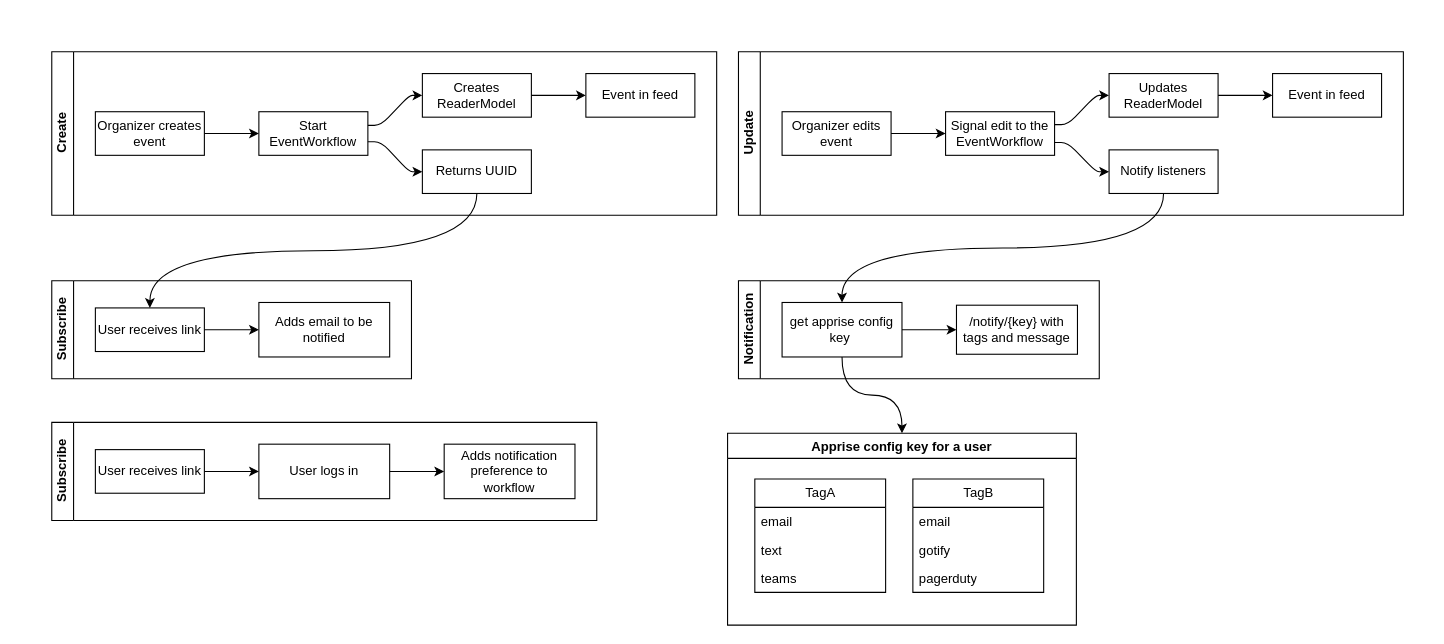
Earlier version of the draw.io diagram page "Page-1" (1 of 4) of docs/ideas.drawio (pypeaday/soonish). Source tidied: cells renumbered, new cells numbered last; positions are measured from the earlier drawing's top-left corner, leaving out a move shared by most shapes. Both pictures are drawn from the tidied source at 109%, with x=0, y=0 at pixel (51, 51).
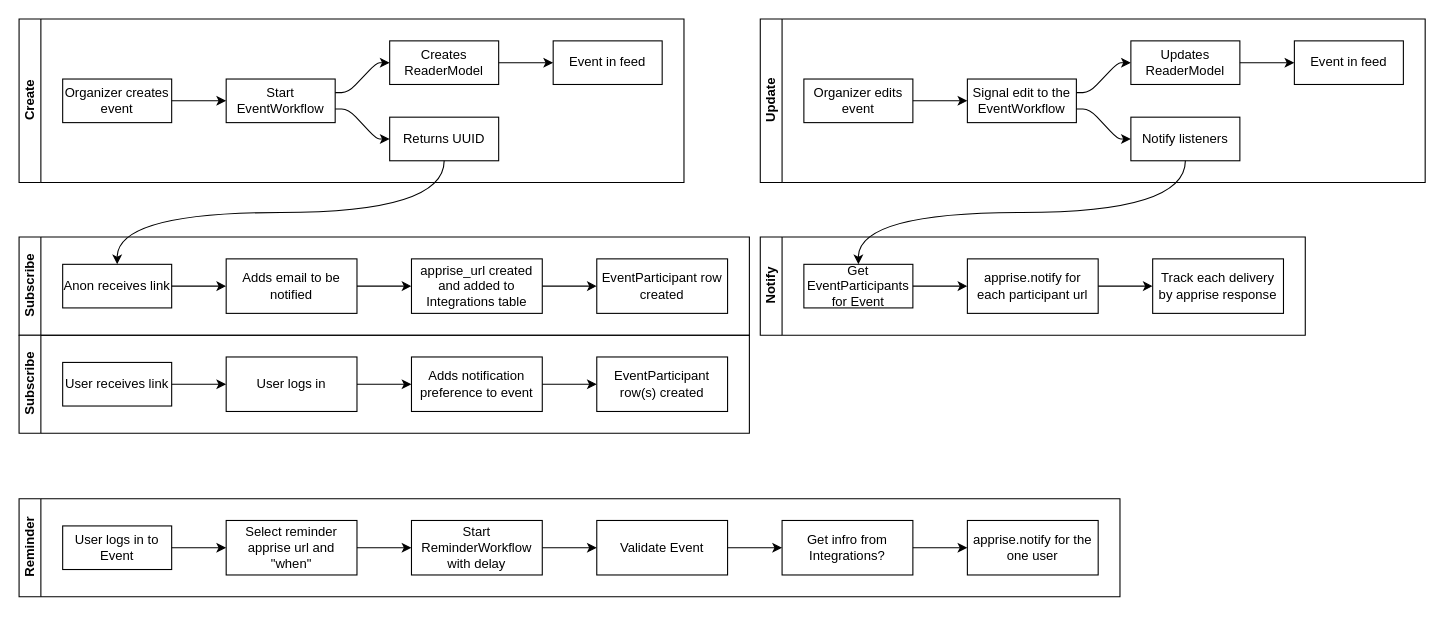
The same page after the edit.

Unchanged cells that the change refers to:
```xml
<mxCell id="14" value="Signal edit to the EventWorkflow" style="whiteSpace=wrap;html=1;" parent="12" vertex="1">
  <mxGeometry x="190" y="55" width="100" height="40" as="geometry" />
</mxCell>
<mxCell id="17" value="Updates ReaderModel" style="whiteSpace=wrap;html=1;" parent="12" vertex="1">
  <mxGeometry x="340" y="20" width="100" height="40" as="geometry" />
</mxCell>
<mxCell id="21" value="Notify listeners" style="whiteSpace=wrap;html=1;" parent="12" vertex="1">
  <mxGeometry x="340" y="90" width="100" height="40" as="geometry" />
</mxCell>
<mxCell id="24" value="Adds email to be notified" style="whiteSpace=wrap;html=1;" parent="22" vertex="1">
  <mxGeometry x="190" y="20" width="120" height="50" as="geometry" />
</mxCell>
```

Change to the diagram source:
```diff
@@
     <mxCell id="2" value="Create" style="swimlane;html=1;startSize=20;horizontal=0;flowOrientation=west;interRankCellSpacing=50;containerType=tree;fontSize=12;" parent="1" vertex="1">
-      <mxGeometry width="610" height="150" as="geometry" />
+      <mxGeometry x="-30" y="-30" width="610" height="150" as="geometry" />
     </mxCell>
@@
     <mxCell id="12" value="Update" style="swimlane;html=1;startSize=20;horizontal=0;flowOrientation=west;interRankCellSpacing=50;containerType=tree;fontSize=12;" parent="1" vertex="1">
-      <mxGeometry x="630" width="610" height="150" as="geometry" />
+      <mxGeometry x="650" y="-30" width="610" height="150" as="geometry" />
     </mxCell>
@@
     <mxCell id="16" style="html=1;rounded=1;curved=0;sourcePerimeterSpacing=0;targetPerimeterSpacing=0;startSize=6;endSize=6;noEdgeStyle=1;orthogonal=1;" parent="12" edge="1" source="14" target="17">
       <mxGeometry relative="1" as="geometry">
         <Array as="points">
-          <mxPoint x="302" y="66.8" />
+          <mxPoint x="302" y="67.5" />
           <mxPoint x="328" y="40" />
         </Array>
       </mxGeometry>
     </mxCell>
@@
     <mxCell id="20" style="html=1;rounded=1;curved=0;sourcePerimeterSpacing=0;targetPerimeterSpacing=0;startSize=6;endSize=6;noEdgeStyle=1;orthogonal=1;" parent="12" edge="1" source="14" target="21">
       <mxGeometry relative="1" as="geometry">
         <Array as="points">
-          <mxPoint x="302" y="83.2" />
+          <mxPoint x="302" y="82.5" />
           <mxPoint x="328" y="110" />
         </Array>
       </mxGeometry>
     </mxCell>
@@
     <mxCell id="22" value="Subscribe" style="swimlane;html=1;startSize=20;horizontal=0;flowOrientation=west;interRankCellSpacing=50;containerType=tree;fontSize=12;" parent="1" vertex="1">
-      <mxGeometry y="210" width="330" height="90" as="geometry" />
+      <mxGeometry x="-30" y="170" width="670" height="90" as="geometry" />
     </mxCell>
-    <mxCell id="23" value="User receives link" style="whiteSpace=wrap;html=1;" parent="22" vertex="1">
+    <mxCell id="23" value="Anon receives link" style="whiteSpace=wrap;html=1;" parent="22" vertex="1">
       <mxGeometry x="40" y="25" width="100" height="40" as="geometry" />
     </mxCell>
@@
+    <mxCell id="48" style="html=1;rounded=1;curved=0;sourcePerimeterSpacing=0;targetPerimeterSpacing=0;startSize=6;endSize=6;noEdgeStyle=1;orthogonal=1;" parent="22" edge="1" source="24" target="49">
+      <mxGeometry relative="1" as="geometry">
+        <Array as="points">
+          <mxPoint x="322" y="45" />
+          <mxPoint x="348" y="45" />
+        </Array>
+      </mxGeometry>
+    </mxCell>
+    <mxCell id="49" value="apprise_url created and added to Integrations table" style="whiteSpace=wrap;html=1;" parent="22" vertex="1">
+      <mxGeometry x="360" y="20" width="120" height="50" as="geometry" />
+    </mxCell>
+    <mxCell id="50" style="html=1;rounded=1;curved=0;sourcePerimeterSpacing=0;targetPerimeterSpacing=0;startSize=6;endSize=6;noEdgeStyle=1;orthogonal=1;" parent="22" edge="1" source="49" target="51">
+      <mxGeometry relative="1" as="geometry">
+        <Array as="points">
+          <mxPoint x="492" y="45" />
+          <mxPoint x="518" y="45" />
+        </Array>
+      </mxGeometry>
+    </mxCell>
+    <mxCell id="51" value="EventParticipant row created" style="whiteSpace=wrap;html=1;" parent="22" vertex="1">
+      <mxGeometry x="530" y="20" width="120" height="50" as="geometry" />
+    </mxCell>
@@
     <mxCell id="27" value="Subscribe" style="swimlane;html=1;startSize=20;horizontal=0;flowOrientation=west;interRankCellSpacing=50;containerType=tree;fontSize=12;" parent="1" vertex="1">
-      <mxGeometry y="340" width="500" height="90" as="geometry" />
+      <mxGeometry x="-30" y="260" width="670" height="90" as="geometry" />
     </mxCell>
@@
-    <mxCell id="32" value="Adds notification preference to workflow" style="whiteSpace=wrap;html=1;" parent="27" vertex="1">
+    <mxCell id="32" value="Adds notification preference to event" style="whiteSpace=wrap;html=1;" parent="27" vertex="1">
       <mxGeometry x="360" y="20" width="120" height="50" as="geometry" />
     </mxCell>
-    <mxCell id="33" value="Apprise config key for a user" style="swimlane;" parent="1" vertex="1">
-      <mxGeometry x="620" y="350" width="320" height="176" as="geometry" />
-    </mxCell>
-    <mxCell id="34" value="TagA" style="swimlane;fontStyle=0;horizontal=1;startSize=26;fillColor=none;html=1;" parent="33" vertex="1">
-      <mxGeometry x="25" y="42" width="120" height="104" as="geometry" />
-    </mxCell>
-    <mxCell id="35" value="email" style="text;strokeColor=none;fillColor=none;align=left;verticalAlign=top;spacingLeft=4;spacingRight=4;overflow=hidden;whiteSpace=wrap;html=1;" parent="34" vertex="1">
-      <mxGeometry y="26" width="120" height="26" as="geometry" />
-    </mxCell>
-    <mxCell id="36" value="text" style="text;strokeColor=none;fillColor=none;align=left;verticalAlign=top;spacingLeft=4;spacingRight=4;overflow=hidden;whiteSpace=wrap;html=1;" parent="34" vertex="1">
-      <mxGeometry y="52" width="120" height="26" as="geometry" />
-    </mxCell>
-    <mxCell id="37" value="&lt;div&gt;teams&lt;/div&gt;" style="text;strokeColor=none;fillColor=none;align=left;verticalAlign=top;spacingLeft=4;spacingRight=4;overflow=hidden;whiteSpace=wrap;html=1;" parent="34" vertex="1">
-      <mxGeometry y="78" width="120" height="26" as="geometry" />
-    </mxCell>
-    <mxCell id="38" value="TagB" style="swimlane;fontStyle=0;horizontal=1;startSize=26;fillColor=none;html=1;" parent="33" vertex="1">
-      <mxGeometry x="170" y="42" width="120" height="104" as="geometry" />
-    </mxCell>
-    <mxCell id="39" value="email" style="text;strokeColor=none;fillColor=none;align=left;verticalAlign=top;spacingLeft=4;spacingRight=4;overflow=hidden;whiteSpace=wrap;html=1;" parent="38" vertex="1">
-      <mxGeometry y="26" width="120" height="26" as="geometry" />
-    </mxCell>
-    <mxCell id="40" value="gotify" style="text;strokeColor=none;fillColor=none;align=left;verticalAlign=top;spacingLeft=4;spacingRight=4;overflow=hidden;whiteSpace=wrap;html=1;" parent="38" vertex="1">
-      <mxGeometry y="52" width="120" height="26" as="geometry" />
-    </mxCell>
-    <mxCell id="41" value="&lt;div&gt;pagerduty&lt;/div&gt;" style="text;strokeColor=none;fillColor=none;align=left;verticalAlign=top;spacingLeft=4;spacingRight=4;overflow=hidden;whiteSpace=wrap;html=1;" parent="38" vertex="1">
-      <mxGeometry y="78" width="120" height="26" as="geometry" />
-    </mxCell>
-    <mxCell id="42" value="Notification" style="swimlane;html=1;startSize=20;horizontal=0;flowOrientation=west;interRankCellSpacing=50;containerType=tree;fontSize=12;" parent="1" vertex="1">
-      <mxGeometry x="630" y="210" width="331" height="90" as="geometry" />
-    </mxCell>
-    <mxCell id="43" value="get apprise config key&amp;nbsp;" style="whiteSpace=wrap;html=1;" parent="42" vertex="1">
-      <mxGeometry x="40" y="20" width="110" height="50" as="geometry" />
-    </mxCell>
-    <mxCell id="44" value="/notify/{key} with tags and message" style="whiteSpace=wrap;html=1;" parent="42" vertex="1">
-      <mxGeometry x="200" y="22.5" width="111" height="45" as="geometry" />
-    </mxCell>
-    <mxCell id="45" style="html=1;rounded=1;curved=0;sourcePerimeterSpacing=0;targetPerimeterSpacing=0;startSize=6;endSize=6;noEdgeStyle=1;orthogonal=1;" parent="42" edge="1" source="43" target="44">
-      <mxGeometry relative="1" as="geometry">
-        <Array as="points">
-          <mxPoint x="162" y="45" />
-          <mxPoint x="188" y="45" />
-        </Array>
-      </mxGeometry>
-    </mxCell>
-    <mxCell id="46" style="edgeStyle=orthogonalEdgeStyle;html=1;exitX=0.5;exitY=1;exitDx=0;exitDy=0;entryX=0.5;entryY=0;entryDx=0;entryDy=0;curved=1;" parent="1" edge="1" source="21" target="43">
-      <mxGeometry relative="1" as="geometry" />
-    </mxCell>
-    <mxCell id="47" style="edgeStyle=orthogonalEdgeStyle;html=1;exitX=0.5;exitY=1;exitDx=0;exitDy=0;entryX=0.5;entryY=0;entryDx=0;entryDy=0;curved=1;" parent="1" edge="1" source="43" target="33">
-      <mxGeometry relative="1" as="geometry" />
-    </mxCell>
+    <mxCell id="52" style="html=1;rounded=1;curved=0;sourcePerimeterSpacing=0;targetPerimeterSpacing=0;startSize=6;endSize=6;noEdgeStyle=1;orthogonal=1;" parent="27" edge="1" source="32" target="53">
+      <mxGeometry relative="1" as="geometry">
+        <Array as="points">
+          <mxPoint x="492" y="45" />
+          <mxPoint x="518" y="45" />
+        </Array>
+      </mxGeometry>
+    </mxCell>
+    <mxCell id="53" value="EventParticipant row(s) created" style="whiteSpace=wrap;html=1;" parent="27" vertex="1">
+      <mxGeometry x="530" y="20" width="120" height="50" as="geometry" />
+    </mxCell>
+    <mxCell id="54" value="Notify" style="swimlane;html=1;startSize=20;horizontal=0;flowOrientation=west;interRankCellSpacing=50;containerType=tree;fontSize=12;" parent="1" vertex="1">
+      <mxGeometry x="650" y="170" width="500" height="90" as="geometry" />
+    </mxCell>
+    <mxCell id="55" value="Get EventParticipants for Event" style="whiteSpace=wrap;html=1;" parent="54" vertex="1">
+      <mxGeometry x="40" y="25" width="100" height="40" as="geometry" />
+    </mxCell>
+    <mxCell id="56" value="apprise.notify for each participant url" style="whiteSpace=wrap;html=1;" parent="54" vertex="1">
+      <mxGeometry x="190" y="20" width="120" height="50" as="geometry" />
+    </mxCell>
+    <mxCell id="57" style="html=1;rounded=1;curved=0;sourcePerimeterSpacing=0;targetPerimeterSpacing=0;startSize=6;endSize=6;noEdgeStyle=1;orthogonal=1;" parent="54" edge="1" source="55" target="56">
+      <mxGeometry relative="1" as="geometry">
+        <Array as="points">
+          <mxPoint x="152" y="45" />
+          <mxPoint x="178" y="45" />
+        </Array>
+      </mxGeometry>
+    </mxCell>
+    <mxCell id="58" style="html=1;rounded=1;curved=0;sourcePerimeterSpacing=0;targetPerimeterSpacing=0;startSize=6;endSize=6;noEdgeStyle=1;orthogonal=1;" parent="54" edge="1" source="56" target="59">
+      <mxGeometry relative="1" as="geometry">
+        <Array as="points">
+          <mxPoint x="322" y="45" />
+          <mxPoint x="348" y="45" />
+        </Array>
+      </mxGeometry>
+    </mxCell>
+    <mxCell id="59" value="Track each delivery by apprise response" style="whiteSpace=wrap;html=1;" parent="54" vertex="1">
+      <mxGeometry x="360" y="20" width="120" height="50" as="geometry" />
+    </mxCell>
+    <mxCell id="60" style="edgeStyle=orthogonalEdgeStyle;rounded=0;jettySize=auto;html=1;exitX=0.5;exitY=1;exitDx=0;exitDy=0;curved=1;" parent="1" edge="1" source="21" target="55">
+      <mxGeometry relative="1" as="geometry" />
+    </mxCell>
+    <mxCell id="61" value="Reminder" style="swimlane;html=1;startSize=20;horizontal=0;flowOrientation=west;interRankCellSpacing=50;containerType=tree;fontSize=12;" parent="1" vertex="1">
+      <mxGeometry x="-30" y="410" width="1010" height="90" as="geometry" />
+    </mxCell>
+    <mxCell id="62" value="User logs in to Event" style="whiteSpace=wrap;html=1;" parent="61" vertex="1">
+      <mxGeometry x="40" y="25" width="100" height="40" as="geometry" />
+    </mxCell>
+    <mxCell id="63" value="Select reminder apprise url and &quot;when&quot;" style="whiteSpace=wrap;html=1;" parent="61" vertex="1">
+      <mxGeometry x="190" y="20" width="120" height="50" as="geometry" />
+    </mxCell>
+    <mxCell id="64" style="html=1;rounded=1;curved=0;sourcePerimeterSpacing=0;targetPerimeterSpacing=0;startSize=6;endSize=6;noEdgeStyle=1;orthogonal=1;" parent="61" edge="1" source="62" target="63">
+      <mxGeometry relative="1" as="geometry">
+        <Array as="points">
+          <mxPoint x="152" y="45" />
+          <mxPoint x="178" y="45" />
+        </Array>
+      </mxGeometry>
+    </mxCell>
+    <mxCell id="65" style="html=1;rounded=1;curved=0;sourcePerimeterSpacing=0;targetPerimeterSpacing=0;startSize=6;endSize=6;noEdgeStyle=1;orthogonal=1;" parent="61" edge="1" source="63" target="66">
+      <mxGeometry relative="1" as="geometry">
+        <Array as="points">
+          <mxPoint x="322" y="45" />
+          <mxPoint x="348" y="45" />
+        </Array>
+      </mxGeometry>
+    </mxCell>
+    <mxCell id="66" value="Start ReminderWorkflow with delay" style="whiteSpace=wrap;html=1;" parent="61" vertex="1">
+      <mxGeometry x="360" y="20" width="120" height="50" as="geometry" />
+    </mxCell>
+    <mxCell id="67" style="html=1;rounded=1;curved=0;sourcePerimeterSpacing=0;targetPerimeterSpacing=0;startSize=6;endSize=6;noEdgeStyle=1;orthogonal=1;" parent="61" edge="1" source="66" target="68">
+      <mxGeometry relative="1" as="geometry">
+        <Array as="points">
+          <mxPoint x="492" y="45" />
+          <mxPoint x="518" y="45" />
+        </Array>
+      </mxGeometry>
+    </mxCell>
+    <mxCell id="68" value="Validate Event" style="whiteSpace=wrap;html=1;" parent="61" vertex="1">
+      <mxGeometry x="530" y="20" width="120" height="50" as="geometry" />
+    </mxCell>
+    <mxCell id="69" style="html=1;rounded=1;curved=0;sourcePerimeterSpacing=0;targetPerimeterSpacing=0;startSize=6;endSize=6;noEdgeStyle=1;orthogonal=1;" parent="61" edge="1" source="68" target="70">
+      <mxGeometry relative="1" as="geometry">
+        <Array as="points">
+          <mxPoint x="662" y="45" />
+          <mxPoint x="688" y="45" />
+        </Array>
+      </mxGeometry>
+    </mxCell>
+    <mxCell id="70" value="Get infro from Integrations?" style="whiteSpace=wrap;html=1;" parent="61" vertex="1">
+      <mxGeometry x="700" y="20" width="120" height="50" as="geometry" />
+    </mxCell>
+    <mxCell id="71" style="html=1;rounded=1;curved=0;sourcePerimeterSpacing=0;targetPerimeterSpacing=0;startSize=6;endSize=6;noEdgeStyle=1;orthogonal=1;" parent="61" edge="1" source="70" target="72">
+      <mxGeometry relative="1" as="geometry">
+        <Array as="points">
+          <mxPoint x="832" y="45" />
+          <mxPoint x="858" y="45" />
+        </Array>
+      </mxGeometry>
+    </mxCell>
+    <mxCell id="72" value="apprise.notify for the one user" style="whiteSpace=wrap;html=1;" parent="61" vertex="1">
+      <mxGeometry x="870" y="20" width="120" height="50" as="geometry" />
+    </mxCell>
```
